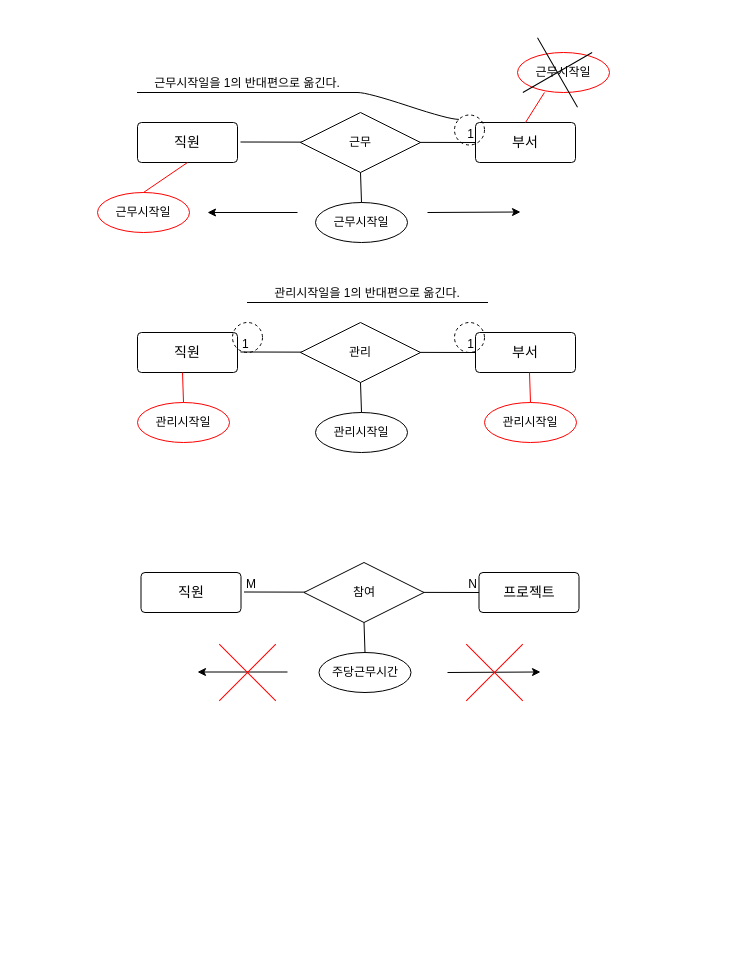
This is page "페이지-4" (6 of 8) of 제목 없는 다이어그램.drawio from bitcocom/inhouse, a draw.io file, before an edit. Source tidied: cells renumbered, new cells numbered last; positions are measured from the earlier drawing's top-left corner, leaving out a move shared by most shapes. Both pictures are drawn from the tidied source at 100%, with x=0, y=0 at pixel (97, -183).
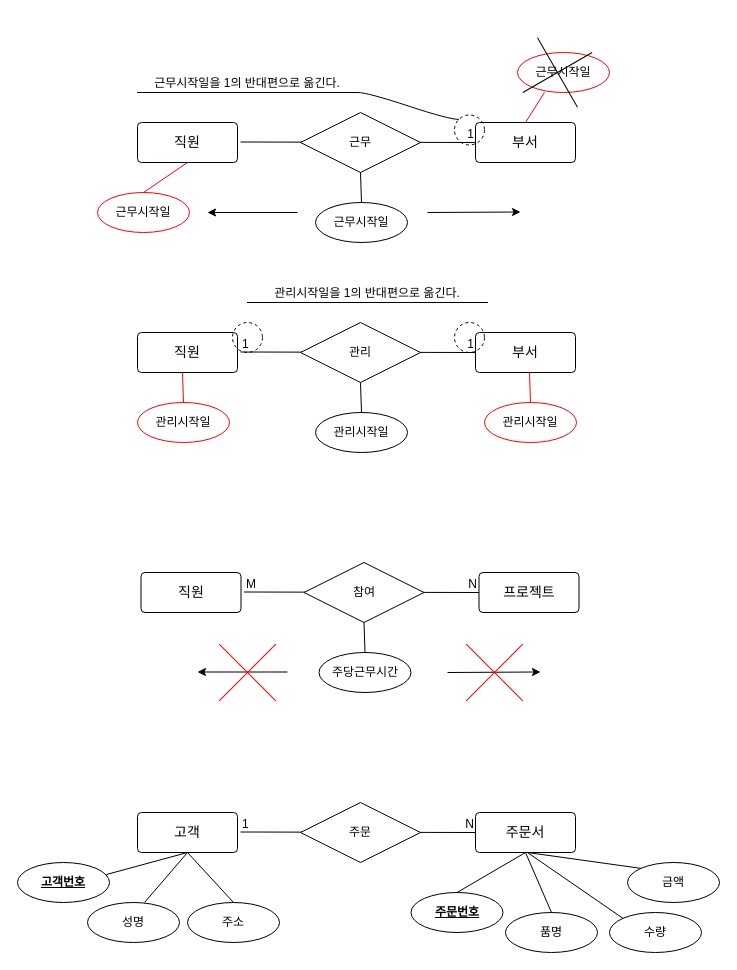
The same page after the edit.

Diff of the diagram source:
```diff
@@
+    <mxCell id="46" value="고객" style="rounded=1;arcSize=10;whiteSpace=wrap;html=1;align=center;fontSize=14;" parent="1" vertex="1">
+      <mxGeometry x="40" y="995" width="100" height="40" as="geometry" />
+    </mxCell>
+    <mxCell id="47" value="주문서" style="rounded=1;arcSize=10;whiteSpace=wrap;html=1;align=center;fontSize=14;" parent="1" vertex="1">
+      <mxGeometry x="378" y="995" width="100" height="40" as="geometry" />
+    </mxCell>
+    <mxCell id="48" style="endArrow=none;html=1;rounded=0;entryX=0;entryY=0.5;entryDx=0;entryDy=0;" parent="1" edge="1" target="47">
+      <mxGeometry relative="1" as="geometry">
+        <mxPoint x="143" y="1014.5" as="sourcePoint" />
+      </mxGeometry>
+    </mxCell>
+    <mxCell id="49" value="1" style="html=1;whiteSpace=wrap;align=left;verticalAlign=bottom;" parent="48" vertex="1">
+      <mxGeometry x="-1" relative="1" as="geometry" />
+    </mxCell>
+    <mxCell id="50" value="N" style="html=1;whiteSpace=wrap;align=right;verticalAlign=bottom;" parent="48" vertex="1">
+      <mxGeometry x="1" relative="1" as="geometry" />
+    </mxCell>
+    <mxCell id="51" value="주문" style="shape=rhombus;perimeter=rhombusPerimeter;whiteSpace=wrap;html=1;align=center;" parent="1" vertex="1">
+      <mxGeometry x="203" y="985" width="120" height="60" as="geometry" />
+    </mxCell>
+    <mxCell id="52" value="&lt;u&gt;&lt;b&gt;주문번호&lt;/b&gt;&lt;/u&gt;" style="ellipse;whiteSpace=wrap;html=1;" parent="1" vertex="1">
+      <mxGeometry x="313.5" y="1075" width="92" height="40" as="geometry" />
+    </mxCell>
+    <mxCell id="53" style="endArrow=none;html=1;rounded=0;exitX=0.5;exitY=1;exitDx=0;exitDy=0;entryX=0.5;entryY=0;entryDx=0;entryDy=0;" parent="1" edge="1" source="47" target="52">
+      <mxGeometry relative="1" as="geometry" />
+    </mxCell>
+    <mxCell id="54" value="성명" style="ellipse;whiteSpace=wrap;html=1;" parent="1" vertex="1">
+      <mxGeometry x="-10" y="1085" width="92" height="40" as="geometry" />
+    </mxCell>
+    <mxCell id="55" value="주소" style="ellipse;whiteSpace=wrap;html=1;" parent="1" vertex="1">
+      <mxGeometry x="90" y="1085" width="92" height="40" as="geometry" />
+    </mxCell>
+    <mxCell id="56" value="&lt;u&gt;&lt;b&gt;고객번호&lt;/b&gt;&lt;/u&gt;" style="ellipse;whiteSpace=wrap;html=1;" parent="1" vertex="1">
+      <mxGeometry x="-80" y="1045" width="92" height="40" as="geometry" />
+    </mxCell>
+    <mxCell id="57" value="품명" style="ellipse;whiteSpace=wrap;html=1;" parent="1" vertex="1">
+      <mxGeometry x="408" y="1095" width="92" height="40" as="geometry" />
+    </mxCell>
+    <mxCell id="58" value="금액" style="ellipse;whiteSpace=wrap;html=1;" parent="1" vertex="1">
+      <mxGeometry x="530" y="1045" width="92" height="40" as="geometry" />
+    </mxCell>
+    <mxCell id="59" style="endArrow=none;html=1;rounded=0;exitX=0.5;exitY=1;exitDx=0;exitDy=0;entryX=0.5;entryY=0;entryDx=0;entryDy=0;" parent="1" edge="1" source="47" target="57">
+      <mxGeometry relative="1" as="geometry" />
+    </mxCell>
+    <mxCell id="60" style="endArrow=none;html=1;rounded=0;entryX=0;entryY=0;entryDx=0;entryDy=0;" parent="1" edge="1" target="58">
+      <mxGeometry relative="1" as="geometry">
+        <mxPoint x="430" y="1035" as="sourcePoint" />
+      </mxGeometry>
+    </mxCell>
+    <mxCell id="61" style="endArrow=none;html=1;rounded=0;exitX=0.5;exitY=1;exitDx=0;exitDy=0;entryX=0.5;entryY=0;entryDx=0;entryDy=0;" parent="1" edge="1" source="46" target="55">
+      <mxGeometry relative="1" as="geometry" />
+    </mxCell>
+    <mxCell id="62" style="endArrow=none;html=1;rounded=0;exitX=0.5;exitY=1;exitDx=0;exitDy=0;entryX=0.62;entryY=0;entryDx=0;entryDy=0;entryPerimeter=0;" parent="1" edge="1" source="46" target="54">
+      <mxGeometry relative="1" as="geometry" />
+    </mxCell>
+    <mxCell id="63" style="endArrow=none;html=1;rounded=0;entryX=0.967;entryY=0.3;entryDx=0;entryDy=0;entryPerimeter=0;" parent="1" edge="1" target="56">
+      <mxGeometry relative="1" as="geometry">
+        <mxPoint x="90" y="1035" as="sourcePoint" />
+      </mxGeometry>
+    </mxCell>
+    <mxCell id="64" value="수량" style="ellipse;whiteSpace=wrap;html=1;" parent="1" vertex="1">
+      <mxGeometry x="512" y="1095" width="92" height="40" as="geometry" />
+    </mxCell>
+    <mxCell id="65" style="endArrow=none;html=1;rounded=0;entryX=0;entryY=0;entryDx=0;entryDy=0;" parent="1" edge="1" target="64">
+      <mxGeometry relative="1" as="geometry">
+        <mxPoint x="430" y="1035" as="sourcePoint" />
+      </mxGeometry>
+    </mxCell>
```
